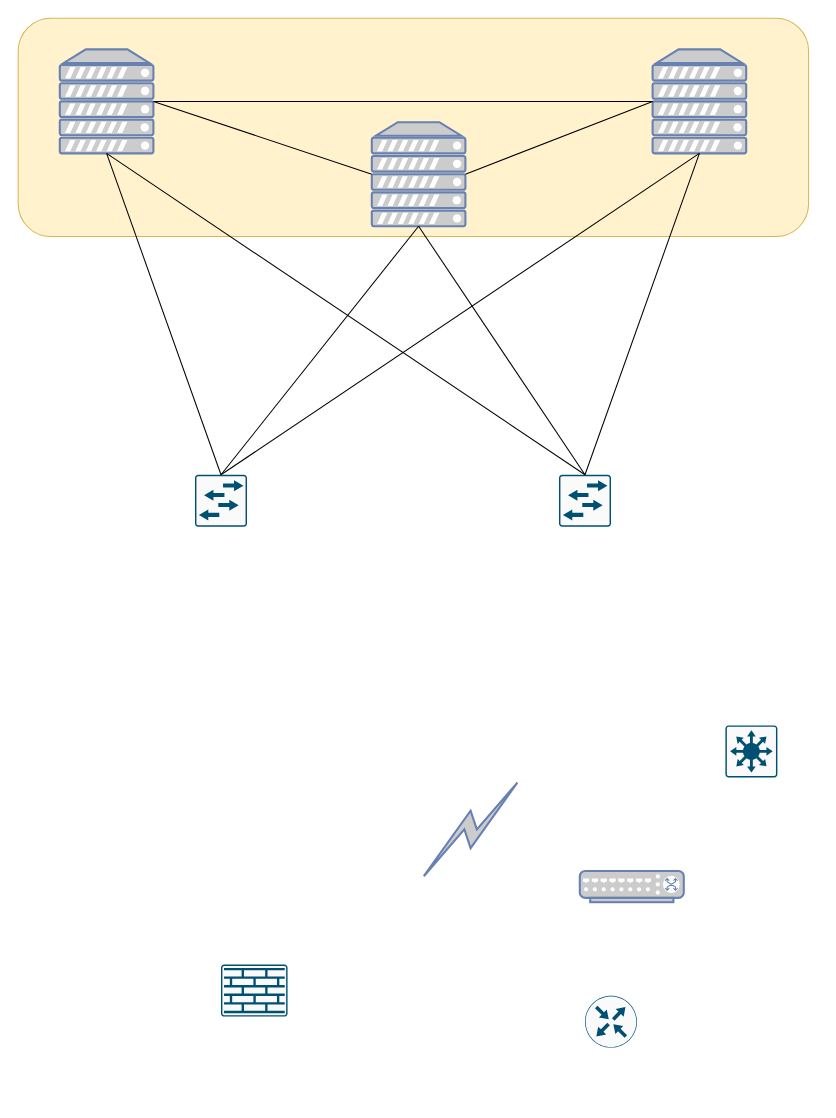
takkinen/it.utu.fi keeps this draw.io diagram as Untitled Diagram.drawio. Above is the earlier version. Source tidied: cells renumbered, new cells numbered last; positions are measured from the earlier drawing's top-left corner, leaving out a move shared by most shapes. Both pictures are drawn from the tidied source at 104%, with x=0, y=0 at pixel (18, 18).
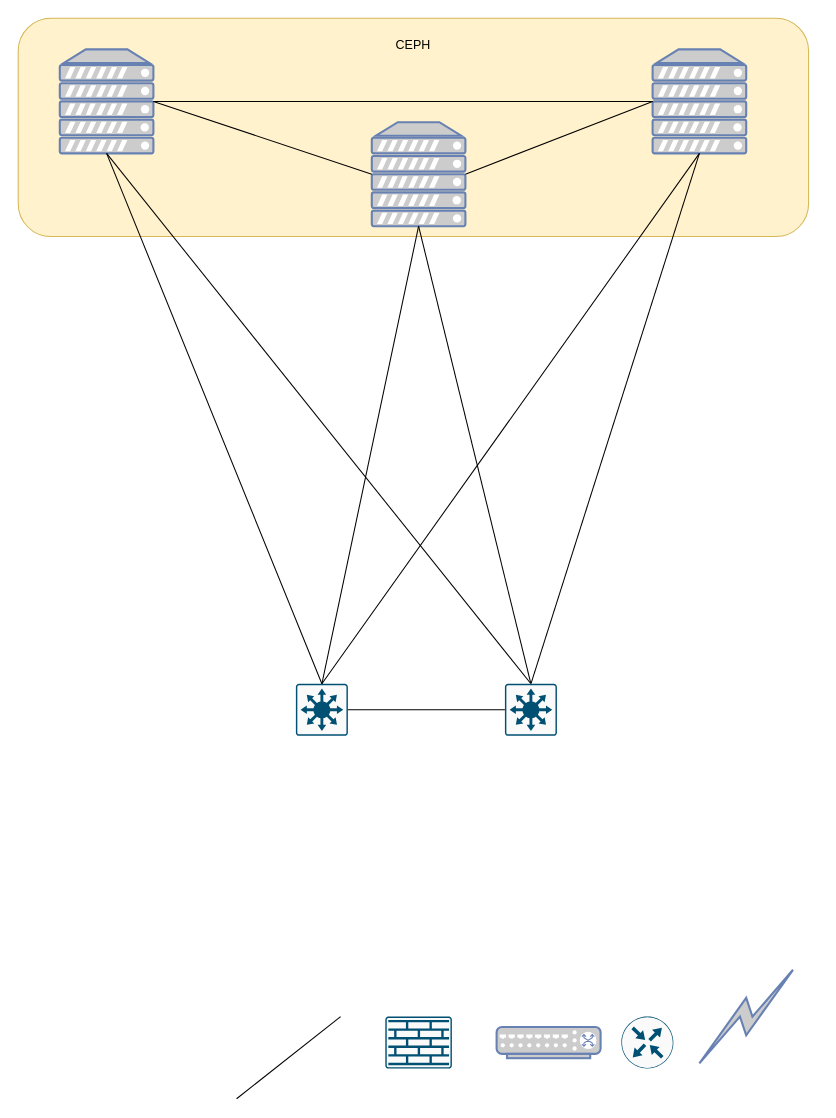
The same page after the edit.

Unchanged cells that the change refers to:
```xml
<mxCell id="8" style="fontColor=#0066CC;verticalAlign=top;verticalLabelPosition=bottom;labelPosition=center;align=center;html=1;outlineConnect=0;fillColor=#CCCCCC;strokeColor=#6881B3;gradientColor=none;gradientDirection=north;strokeWidth=2;shape=mxgraph.networks.server;" parent="1" vertex="1">
  <mxGeometry x="40" y="30" width="90" height="100" as="geometry" />
</mxCell>
<mxCell id="9" style="fontColor=#0066CC;verticalAlign=top;verticalLabelPosition=bottom;labelPosition=center;align=center;html=1;outlineConnect=0;fillColor=#CCCCCC;strokeColor=#6881B3;gradientColor=none;gradientDirection=north;strokeWidth=2;shape=mxgraph.networks.server;" parent="1" vertex="1">
  <mxGeometry x="340" y="100" width="90" height="100" as="geometry" />
</mxCell>
<mxCell id="10" style="fontColor=#0066CC;verticalAlign=top;verticalLabelPosition=bottom;labelPosition=center;align=center;html=1;outlineConnect=0;fillColor=#CCCCCC;strokeColor=#6881B3;gradientColor=none;gradientDirection=north;strokeWidth=2;shape=mxgraph.networks.server;" parent="1" vertex="1">
  <mxGeometry x="610" y="30" width="90" height="100" as="geometry" />
</mxCell>
```

What changed in the source:
```diff
@@
-    <mxCell id="2" style="rounded=1;whiteSpace=wrap;html=1;fillColor=#fff2cc;strokeColor=#d6b656;" parent="1" vertex="1">
+    <mxCell id="2" value="&lt;div align=&quot;center&quot;&gt;CEPH&lt;/div&gt;&lt;div align=&quot;center&quot;&gt;&lt;br&gt;&lt;/div&gt;&lt;div align=&quot;center&quot;&gt;&lt;br&gt;&lt;/div&gt;&lt;div align=&quot;center&quot;&gt;&lt;br&gt;&lt;/div&gt;&lt;div align=&quot;center&quot;&gt;&lt;br&gt;&lt;/div&gt;&lt;div align=&quot;center&quot;&gt;&lt;br&gt;&lt;/div&gt;&lt;div align=&quot;center&quot;&gt;&lt;br&gt;&lt;/div&gt;&lt;div align=&quot;center&quot;&gt;&lt;br&gt;&lt;/div&gt;&lt;div align=&quot;center&quot;&gt;&lt;br&gt;&lt;/div&gt;&lt;div align=&quot;center&quot;&gt;&lt;br&gt;&lt;/div&gt;&lt;div align=&quot;center&quot;&gt;&lt;br&gt;&lt;/div&gt;&lt;div align=&quot;center&quot;&gt;&lt;br&gt;&lt;/div&gt;" style="rounded=1;whiteSpace=wrap;html=1;fillColor=#fff2cc;strokeColor=#d6b656;align=center;" parent="1" vertex="1">
       <mxGeometry width="760" height="210" as="geometry" />
     </mxCell>
     <mxCell id="3" style="fontColor=#0066CC;verticalAlign=top;verticalLabelPosition=bottom;labelPosition=center;align=center;html=1;fillColor=#CCCCCC;strokeColor=#6881B3;gradientColor=none;gradientDirection=north;strokeWidth=2;shape=mxgraph.networks.switch;" parent="1" vertex="1">
-      <mxGeometry x="540" y="820" width="100" height="30" as="geometry" />
+      <mxGeometry x="460" y="970" width="100" height="30" as="geometry" />
     </mxCell>
-    <mxCell id="4" style="sketch=0;points=[[0.015,0.015,0],[0.985,0.015,0],[0.985,0.985,0],[0.015,0.985,0],[0.25,0,0],[0.5,0,0],[0.75,0,0],[1,0.25,0],[1,0.5,0],[1,0.75,0],[0.75,1,0],[0.5,1,0],[0.25,1,0],[0,0.75,0],[0,0.5,0],[0,0.25,0]];verticalLabelPosition=bottom;html=1;verticalAlign=top;align=center;shape=mxgraph.cisco19.rect;prIcon=l2_switch;fillColor=#FAFAFA;strokeColor=#005073;" parent="1" vertex="1">
-      <mxGeometry x="170" y="439" width="50" height="50" as="geometry" />
-    </mxCell>
     <mxCell id="5" style="sketch=0;points=[[0.015,0.015,0],[0.985,0.015,0],[0.985,0.985,0],[0.015,0.985,0],[0.25,0,0],[0.5,0,0],[0.75,0,0],[1,0.25,0],[1,0.5,0],[1,0.75,0],[0.75,1,0],[0.5,1,0],[0.25,1,0],[0,0.75,0],[0,0.5,0],[0,0.25,0]];verticalLabelPosition=bottom;html=1;verticalAlign=top;align=center;shape=mxgraph.cisco19.rect;prIcon=l3_switch;fillColor=#FAFAFA;strokeColor=#005073;" parent="1" vertex="1">
-      <mxGeometry x="680" y="680" width="50" height="50" as="geometry" />
+      <mxGeometry x="267" y="640" width="50" height="50" as="geometry" />
     </mxCell>
-    <mxCell id="6" style="sketch=0;verticalLabelPosition=bottom;html=1;verticalAlign=top;align=center;shape=mxgraph.cisco19.rect;prIcon=router;fillColor=#FAFAFA;strokeColor=#005073;" parent="1" vertex="1">
-      <mxGeometry x="545" y="940" width="50" height="50" as="geometry" />
-    </mxCell>
     <mxCell id="7" style="sketch=0;verticalLabelPosition=bottom;html=1;verticalAlign=top;align=center;shape=mxgraph.cisco19.rect;prIcon=firewall;fillColor=#FAFAFA;strokeColor=#005073;" parent="1" vertex="1">
-      <mxGeometry x="195" y="910" width="64" height="50" as="geometry" />
+      <mxGeometry x="353" y="960" width="64" height="50" as="geometry" />
     </mxCell>
@@
-    <mxCell id="11" style="sketch=0;points=[[0.015,0.015,0],[0.985,0.015,0],[0.985,0.985,0],[0.015,0.985,0],[0.25,0,0],[0.5,0,0],[0.75,0,0],[1,0.25,0],[1,0.5,0],[1,0.75,0],[0.75,1,0],[0.5,1,0],[0.25,1,0],[0,0.75,0],[0,0.5,0],[0,0.25,0]];verticalLabelPosition=bottom;html=1;verticalAlign=top;align=center;shape=mxgraph.cisco19.rect;prIcon=l2_switch;fillColor=#FAFAFA;strokeColor=#005073;" parent="1" vertex="1">
-      <mxGeometry x="520" y="439" width="50" height="50" as="geometry" />
-    </mxCell>
     <mxCell id="12" style="html=1;outlineConnect=0;fillColor=#CCCCCC;strokeColor=#6881B3;gradientColor=none;gradientDirection=north;strokeWidth=2;shape=mxgraph.networks.comm_link_edge;html=1;rounded=0;" parent="1" edge="1">
       <mxGeometry relative="1" as="geometry">
-        <mxPoint x="385" y="830" as="sourcePoint" />
-        <mxPoint x="485" y="730" as="targetPoint" />
+        <mxPoint x="650" y="1010" as="sourcePoint" />
+        <mxPoint x="750" y="910" as="targetPoint" />
       </mxGeometry>
     </mxCell>
@@
-    <mxCell id="16" style="endArrow=none;html=1;rounded=0;exitX=0.5;exitY=0;exitDx=0;exitDy=0;exitPerimeter=0;entryX=0.5;entryY=1;entryDx=0;entryDy=0;entryPerimeter=0;" parent="1" edge="1" source="4" target="8">
+    <mxCell id="16" style="endArrow=none;html=1;rounded=0;exitX=0.5;exitY=0;exitDx=0;exitDy=0;exitPerimeter=0;entryX=0.5;entryY=1;entryDx=0;entryDy=0;entryPerimeter=0;" parent="1" edge="1" source="5" target="8">
       <mxGeometry relative="1" as="geometry" />
     </mxCell>
-    <mxCell id="17" style="endArrow=none;html=1;rounded=0;exitX=0.5;exitY=0;exitDx=0;exitDy=0;exitPerimeter=0;entryX=0.5;entryY=1;entryDx=0;entryDy=0;entryPerimeter=0;" parent="1" edge="1" source="4" target="9">
+    <mxCell id="17" style="endArrow=none;html=1;rounded=0;exitX=0.5;exitY=0;exitDx=0;exitDy=0;exitPerimeter=0;entryX=0.5;entryY=1;entryDx=0;entryDy=0;entryPerimeter=0;" parent="1" edge="1" source="5" target="9">
       <mxGeometry relative="1" as="geometry" />
     </mxCell>
-    <mxCell id="18" style="endArrow=none;html=1;rounded=0;exitX=0.5;exitY=0;exitDx=0;exitDy=0;exitPerimeter=0;entryX=0.5;entryY=1;entryDx=0;entryDy=0;entryPerimeter=0;" parent="1" edge="1" source="11" target="9">
+    <mxCell id="18" style="endArrow=none;html=1;rounded=0;exitX=0.5;exitY=0;exitDx=0;exitDy=0;exitPerimeter=0;entryX=0.5;entryY=1;entryDx=0;entryDy=0;entryPerimeter=0;" parent="1" edge="1" source="24" target="9">
       <mxGeometry relative="1" as="geometry" />
     </mxCell>
-    <mxCell id="19" style="endArrow=none;html=1;rounded=0;exitX=0.5;exitY=0;exitDx=0;exitDy=0;exitPerimeter=0;entryX=0.5;entryY=1;entryDx=0;entryDy=0;entryPerimeter=0;" parent="1" edge="1" source="4" target="10">
+    <mxCell id="19" style="endArrow=none;html=1;rounded=0;exitX=0.5;exitY=0;exitDx=0;exitDy=0;exitPerimeter=0;entryX=0.5;entryY=1;entryDx=0;entryDy=0;entryPerimeter=0;" parent="1" edge="1" source="5" target="10">
       <mxGeometry relative="1" as="geometry" />
     </mxCell>
-    <mxCell id="20" style="endArrow=none;html=1;rounded=0;exitX=0.5;exitY=0;exitDx=0;exitDy=0;exitPerimeter=0;entryX=0.5;entryY=1;entryDx=0;entryDy=0;entryPerimeter=0;" parent="1" edge="1" source="11" target="10">
+    <mxCell id="20" style="endArrow=none;html=1;rounded=0;exitX=0.5;exitY=0;exitDx=0;exitDy=0;exitPerimeter=0;entryX=0.5;entryY=1;entryDx=0;entryDy=0;entryPerimeter=0;" parent="1" edge="1" source="24" target="10">
       <mxGeometry relative="1" as="geometry" />
     </mxCell>
-    <mxCell id="21" style="endArrow=none;html=1;rounded=0;exitX=0.5;exitY=0;exitDx=0;exitDy=0;exitPerimeter=0;entryX=0.5;entryY=1;entryDx=0;entryDy=0;entryPerimeter=0;" parent="1" edge="1" source="11" target="8">
+    <mxCell id="21" style="endArrow=none;html=1;rounded=0;exitX=0.5;exitY=0;exitDx=0;exitDy=0;exitPerimeter=0;entryX=0.5;entryY=1;entryDx=0;entryDy=0;entryPerimeter=0;" parent="1" edge="1" source="24" target="8">
       <mxGeometry relative="1" as="geometry" />
     </mxCell>
+    <mxCell id="22" style="sketch=0;verticalLabelPosition=bottom;html=1;verticalAlign=top;align=center;shape=mxgraph.cisco19.rect;prIcon=router;fillColor=#FAFAFA;strokeColor=#005073;" parent="1" vertex="1">
+      <mxGeometry x="580" y="960" width="50" height="50" as="geometry" />
+    </mxCell>
+    <mxCell id="23" style="endArrow=none;html=1;rounded=0;exitX=0.5;exitY=0;exitDx=0;exitDy=0;exitPerimeter=0;" parent="1" edge="1">
+      <mxGeometry relative="1" as="geometry">
+        <mxPoint x="210" y="1039" as="sourcePoint" />
+        <mxPoint x="310" y="960" as="targetPoint" />
+      </mxGeometry>
+    </mxCell>
+    <mxCell id="24" style="sketch=0;points=[[0.015,0.015,0],[0.985,0.015,0],[0.985,0.985,0],[0.015,0.985,0],[0.25,0,0],[0.5,0,0],[0.75,0,0],[1,0.25,0],[1,0.5,0],[1,0.75,0],[0.75,1,0],[0.5,1,0],[0.25,1,0],[0,0.75,0],[0,0.5,0],[0,0.25,0]];verticalLabelPosition=bottom;html=1;verticalAlign=top;align=center;shape=mxgraph.cisco19.rect;prIcon=l3_switch;fillColor=#FAFAFA;strokeColor=#005073;" parent="1" vertex="1">
+      <mxGeometry x="468" y="640" width="50" height="50" as="geometry" />
+    </mxCell>
+    <mxCell id="25" style="endArrow=none;html=1;rounded=0;exitX=1;exitY=0.5;exitDx=0;exitDy=0;exitPerimeter=0;entryX=0;entryY=0.5;entryDx=0;entryDy=0;entryPerimeter=0;" parent="1" edge="1" source="5" target="24">
+      <mxGeometry relative="1" as="geometry" />
+    </mxCell>
```
